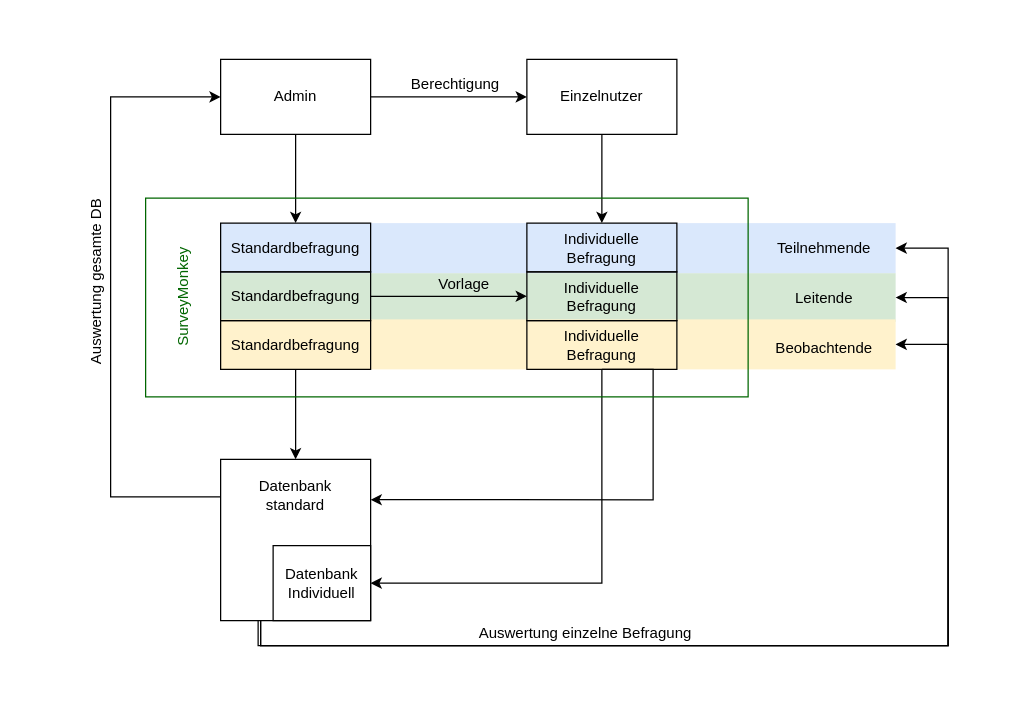
GordonWiegand/zeitwerte keeps this draw.io diagram as Untitled Diagram.drawio. Above is the earlier version. Source tidied: cells renumbered, new cells numbered last; positions are measured from the earlier drawing's top-left corner, leaving out a move shared by most shapes. Both pictures are drawn from the tidied source at 125%, with x=0, y=0 at pixel (11, 21).
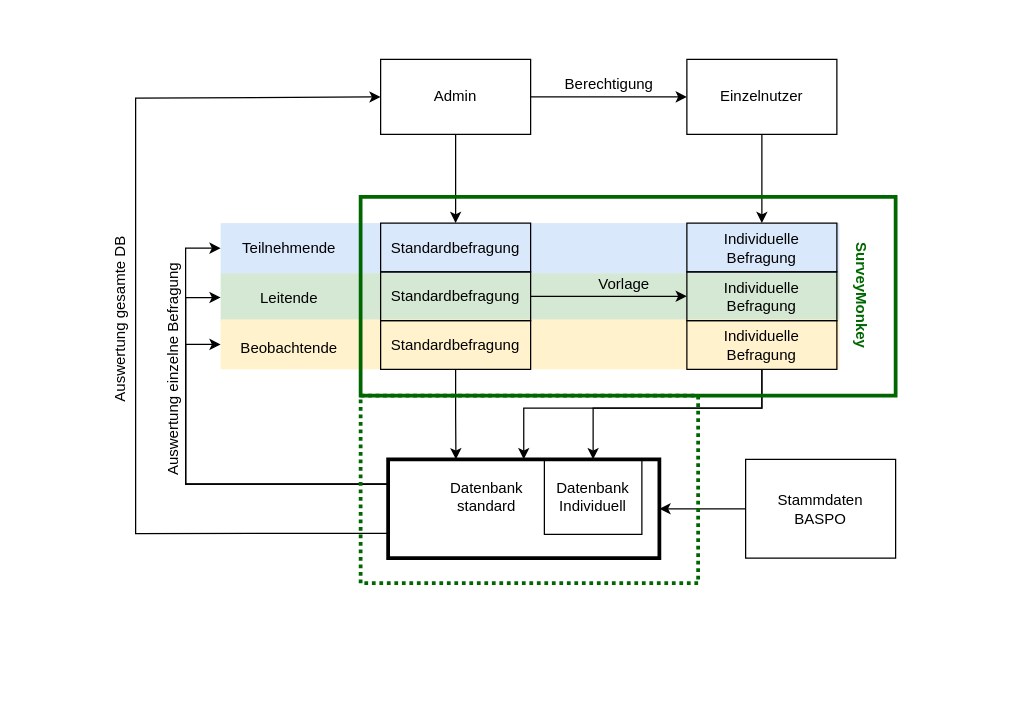
Above is the later version.

Change to the diagram source:
```diff
@@
+    <mxCell id="37" style="rounded=0;whiteSpace=wrap;html=1;strokeColor=none;strokeWidth=3;fillColor=none;fontColor=#000000;" parent="1" vertex="1">
+      <mxGeometry x="47" width="702" height="469" as="geometry" />
+    </mxCell>
@@
     <mxCell id="4" value="Admin" style="rounded=0;whiteSpace=wrap;html=1;" parent="1" vertex="1">
-      <mxGeometry x="167" y="30" width="120" height="60" as="geometry" />
+      <mxGeometry x="295" y="30" width="120" height="60" as="geometry" />
     </mxCell>
@@
     <mxCell id="6" value="Einzelnutzer" style="rounded=0;whiteSpace=wrap;html=1;" parent="1" vertex="1">
-      <mxGeometry x="412" y="30" width="120" height="60" as="geometry" />
+      <mxGeometry x="540" y="30" width="120" height="60" as="geometry" />
     </mxCell>
     <mxCell id="7" style="rounded=0;whiteSpace=wrap;html=1;fillColor=#d5e8d4;strokeColor=none;" parent="1" vertex="1">
-      <mxGeometry x="167" y="201" width="540" height="39" as="geometry" />
+      <mxGeometry x="167" y="201" width="495" height="39" as="geometry" />
     </mxCell>
     <mxCell id="8" style="rounded=0;whiteSpace=wrap;html=1;fillColor=#fff2cc;strokeColor=none;" parent="1" vertex="1">
-      <mxGeometry x="167" y="238" width="540" height="40" as="geometry" />
+      <mxGeometry x="167" y="238" width="495" height="40" as="geometry" />
     </mxCell>
     <mxCell id="9" style="rounded=0;whiteSpace=wrap;html=1;fillColor=#dae8fc;strokeColor=none;" parent="1" vertex="1">
-      <mxGeometry x="167" y="161" width="540" height="40" as="geometry" />
+      <mxGeometry x="167" y="161" width="495" height="40" as="geometry" />
     </mxCell>
     <mxCell id="10" value="Individuelle Befragung&lt;br&gt;" style="rounded=0;whiteSpace=wrap;html=1;fillColor=none;" parent="1" vertex="1">
-      <mxGeometry x="412" y="161" width="120" height="39" as="geometry" />
+      <mxGeometry x="540" y="161" width="120" height="39" as="geometry" />
     </mxCell>
     <mxCell id="11" value="Standardbefragung" style="rounded=0;whiteSpace=wrap;html=1;fillColor=none;" parent="1" vertex="1">
-      <mxGeometry x="167" y="161" width="120" height="39" as="geometry" />
+      <mxGeometry x="295" y="161" width="120" height="39" as="geometry" />
     </mxCell>
     <mxCell id="12" value="Teilnehmende&lt;br&gt;" style="text;html=1;strokeColor=none;fillColor=none;align=center;verticalAlign=middle;whiteSpace=wrap;rounded=0;" parent="1" vertex="1">
-      <mxGeometry x="605" y="171" width="90" height="20" as="geometry" />
+      <mxGeometry x="177" y="171" width="90" height="20" as="geometry" />
     </mxCell>
     <mxCell id="13" value="Leitende&lt;br&gt;" style="text;html=1;strokeColor=none;fillColor=none;align=center;verticalAlign=middle;whiteSpace=wrap;rounded=0;" parent="1" vertex="1">
-      <mxGeometry x="605" y="210.5" width="90" height="20" as="geometry" />
+      <mxGeometry x="177" y="210.5" width="90" height="20" as="geometry" />
     </mxCell>
     <mxCell id="14" value="Beobachtende&lt;br&gt;" style="text;html=1;strokeColor=none;fillColor=none;align=center;verticalAlign=middle;whiteSpace=wrap;rounded=0;" parent="1" vertex="1">
-      <mxGeometry x="605" y="251" width="90" height="20" as="geometry" />
+      <mxGeometry x="177" y="251" width="90" height="20" as="geometry" />
     </mxCell>
@@
     <mxCell id="16" value="Standardbefragung" style="rounded=0;whiteSpace=wrap;html=1;fillColor=none;" parent="1" vertex="1">
-      <mxGeometry x="167" y="200" width="120" height="39" as="geometry" />
+      <mxGeometry x="295" y="200" width="120" height="39" as="geometry" />
     </mxCell>
     <mxCell id="17" value="Individuelle Befragung&lt;br&gt;" style="rounded=0;whiteSpace=wrap;html=1;fillColor=none;" parent="1" vertex="1">
-      <mxGeometry x="412" y="200" width="120" height="39" as="geometry" />
+      <mxGeometry x="540" y="200" width="120" height="39" as="geometry" />
     </mxCell>
-    <mxCell id="18" style="edgeStyle=orthogonalEdgeStyle;rounded=0;jettySize=auto;html=1;" parent="1" edge="1" source="19" target="29">
+    <mxCell id="18" style="edgeStyle=orthogonalEdgeStyle;rounded=0;jettySize=auto;html=1;entryX=0.25;entryY=0;entryDx=0;entryDy=0;" parent="1" edge="1" source="19" target="29">
       <mxGeometry relative="1" as="geometry" />
     </mxCell>
     <mxCell id="19" value="Standardbefragung" style="rounded=0;whiteSpace=wrap;html=1;fillColor=none;" parent="1" vertex="1">
-      <mxGeometry x="167" y="239" width="120" height="39" as="geometry" />
+      <mxGeometry x="295" y="239" width="120" height="39" as="geometry" />
     </mxCell>
-    <mxCell id="20" style="edgeStyle=orthogonalEdgeStyle;rounded=0;jettySize=auto;html=1;entryX=1;entryY=0.25;entryDx=0;entryDy=0;exitX=0.5;exitY=1;exitDx=0;exitDy=0;" parent="1" edge="1" source="22" target="29">
-      <mxGeometry relative="1" as="geometry">
-        <Array as="points">
-          <mxPoint x="513" y="382" />
-        </Array>
-      </mxGeometry>
-    </mxCell>
-    <mxCell id="21" style="edgeStyle=orthogonalEdgeStyle;rounded=0;jettySize=auto;html=1;entryX=1;entryY=0.5;entryDx=0;entryDy=0;exitX=0.5;exitY=1;exitDx=0;exitDy=0;" parent="1" edge="1" source="22" target="31">
-      <mxGeometry relative="1" as="geometry" />
+    <mxCell id="21" style="edgeStyle=orthogonalEdgeStyle;rounded=0;jettySize=auto;html=1;entryX=0.5;entryY=0;entryDx=0;entryDy=0;exitX=0.5;exitY=1;exitDx=0;exitDy=0;" parent="1" edge="1" source="22" target="29">
+      <mxGeometry relative="1" as="geometry">
+        <Array as="points">
+          <mxPoint x="600" y="309" />
+          <mxPoint x="409" y="309" />
+        </Array>
+      </mxGeometry>
     </mxCell>
+    <mxCell id="38" style="edgeStyle=orthogonalEdgeStyle;rounded=0;jettySize=auto;html=1;entryX=0.5;entryY=0;entryDx=0;entryDy=0;fontColor=#000000;exitX=0.5;exitY=1;exitDx=0;exitDy=0;" parent="1" edge="1" source="22" target="31">
+      <mxGeometry relative="1" as="geometry">
+        <Array as="points">
+          <mxPoint x="600" y="309" />
+          <mxPoint x="465" y="309" />
+        </Array>
+      </mxGeometry>
+    </mxCell>
     <mxCell id="22" value="Individuelle Befragung&lt;br&gt;" style="rounded=0;whiteSpace=wrap;html=1;fillColor=none;" parent="1" vertex="1">
-      <mxGeometry x="412" y="239" width="120" height="39" as="geometry" />
+      <mxGeometry x="540" y="239" width="120" height="39" as="geometry" />
     </mxCell>
     <mxCell id="23" value="Berechtigung&lt;br&gt;" style="text;html=1;strokeColor=none;fillColor=none;align=center;verticalAlign=middle;whiteSpace=wrap;rounded=0;" parent="1" vertex="1">
-      <mxGeometry x="315" y="40" width="80" height="20" as="geometry" />
+      <mxGeometry x="438" y="40" width="80" height="20" as="geometry" />
     </mxCell>
     <mxCell id="24" value="Vorlage&lt;br&gt;" style="text;html=1;strokeColor=none;fillColor=none;align=center;verticalAlign=middle;whiteSpace=wrap;rounded=0;" parent="1" vertex="1">
-      <mxGeometry x="322" y="199.5" width="80" height="20" as="geometry" />
+      <mxGeometry x="450" y="199.5" width="80" height="20" as="geometry" />
     </mxCell>
-    <mxCell id="25" value="SurveyMonkey&lt;br&gt;" style="text;html=1;strokeColor=none;fillColor=none;align=center;verticalAlign=middle;whiteSpace=wrap;rounded=0;rotation=-90;fontColor=#006600;" parent="1" vertex="1">
-      <mxGeometry x="76.5" y="210.5" width="120" height="20" as="geometry" />
-    </mxCell>
+    <mxCell id="30" style="edgeStyle=orthogonalEdgeStyle;rounded=0;jettySize=auto;html=1;entryX=0;entryY=0.5;entryDx=0;entryDy=0;fontColor=#000000;exitX=0;exitY=0.25;exitDx=0;exitDy=0;" parent="1" edge="1" source="29" target="9">
+      <mxGeometry relative="1" as="geometry">
+        <Array as="points">
+          <mxPoint x="139" y="369" />
+          <mxPoint x="139" y="181" />
+        </Array>
+      </mxGeometry>
+    </mxCell>
+    <mxCell id="39" style="edgeStyle=orthogonalEdgeStyle;rounded=0;jettySize=auto;html=1;entryX=0;entryY=0.5;entryDx=0;entryDy=0;fontColor=#000000;exitX=0;exitY=0.25;exitDx=0;exitDy=0;" parent="1" edge="1" source="29" target="7">
+      <mxGeometry relative="1" as="geometry">
+        <Array as="points">
+          <mxPoint x="139" y="369" />
+          <mxPoint x="139" y="221" />
+        </Array>
+      </mxGeometry>
+    </mxCell>
+    <mxCell id="40" style="edgeStyle=orthogonalEdgeStyle;rounded=0;jettySize=auto;html=1;entryX=0;entryY=0.5;entryDx=0;entryDy=0;fontColor=#000000;exitX=0;exitY=0.25;exitDx=0;exitDy=0;" parent="1" edge="1" source="29" target="8">
+      <mxGeometry relative="1" as="geometry">
+        <Array as="points">
+          <mxPoint x="139" y="369" />
+          <mxPoint x="139" y="258" />
+        </Array>
+      </mxGeometry>
+    </mxCell>
-    <mxCell id="26" style="edgeStyle=orthogonalEdgeStyle;rounded=0;jettySize=auto;html=1;entryX=0;entryY=0.5;entryDx=0;entryDy=0;" parent="1" edge="1" source="29" target="4">
+    <mxCell id="26" style="edgeStyle=orthogonalEdgeStyle;rounded=0;jettySize=auto;html=1;entryX=0;entryY=0.5;entryDx=0;entryDy=0;fontColor=#000000;exitX=0;exitY=0.75;exitDx=0;exitDy=0;" parent="1" edge="1" source="29" target="4">
       <mxGeometry relative="1" as="geometry">
         <Array as="points">
-          <mxPoint x="79" y="380" />
-          <mxPoint x="79" y="60" />
+          <mxPoint x="99" y="409" />
+          <mxPoint x="99" y="61" />
         </Array>
       </mxGeometry>
     </mxCell>
-    <mxCell id="27" style="edgeStyle=orthogonalEdgeStyle;rounded=0;jettySize=auto;html=1;entryX=1;entryY=0.5;entryDx=0;entryDy=0;fontColor=#000000;" parent="1" edge="1" target="7">
-      <mxGeometry relative="1" as="geometry">
-        <mxPoint x="199" y="479" as="sourcePoint" />
-        <Array as="points">
-          <mxPoint x="199" y="499" />
-          <mxPoint x="749" y="499" />
-          <mxPoint x="749" y="220" />
-        </Array>
-      </mxGeometry>
-    </mxCell>
-    <mxCell id="28" style="edgeStyle=orthogonalEdgeStyle;rounded=0;jettySize=auto;html=1;fontColor=#000000;entryX=1;entryY=0.5;entryDx=0;entryDy=0;" parent="1" edge="1" target="8">
-      <mxGeometry relative="1" as="geometry">
-        <mxPoint x="199" y="479" as="sourcePoint" />
-        <Array as="points">
-          <mxPoint x="199" y="499" />
-          <mxPoint x="749" y="499" />
-          <mxPoint x="749" y="258" />
-        </Array>
-      </mxGeometry>
-    </mxCell>
-    <mxCell id="29" value="&lt;div&gt;&lt;/div&gt;" style="rounded=0;whiteSpace=wrap;html=1;fillColor=none;" parent="1" vertex="1">
-      <mxGeometry x="167" y="350" width="120" height="129" as="geometry" />
+    <mxCell id="29" value="&lt;div&gt;&lt;/div&gt;" style="rounded=0;whiteSpace=wrap;html=1;fillColor=none;strokeWidth=3;" parent="1" vertex="1">
+      <mxGeometry x="301" y="350" width="217" height="79" as="geometry" />
     </mxCell>
-    <mxCell id="30" style="edgeStyle=orthogonalEdgeStyle;rounded=0;jettySize=auto;html=1;entryX=1;entryY=0.5;entryDx=0;entryDy=0;exitX=0.25;exitY=1;exitDx=0;exitDy=0;" parent="1" edge="1" source="29" target="9">
-      <mxGeometry relative="1" as="geometry">
-        <Array as="points">
-          <mxPoint x="197" y="499" />
-          <mxPoint x="749" y="499" />
-          <mxPoint x="749" y="181" />
-        </Array>
-      </mxGeometry>
-    </mxCell>
     <mxCell id="31" value="&lt;div&gt;Datenbank&lt;/div&gt;&lt;div&gt;Individuell&lt;/div&gt;" style="rounded=0;whiteSpace=wrap;html=1;fillColor=none;" parent="1" vertex="1">
-      <mxGeometry x="209" y="419" width="78" height="60" as="geometry" />
+      <mxGeometry x="426" y="350" width="78" height="60" as="geometry" />
     </mxCell>
     <mxCell id="32" value="Auswertung gesamte DB&lt;br&gt;" style="text;html=1;strokeColor=none;fillColor=none;align=center;verticalAlign=middle;whiteSpace=wrap;rounded=0;rotation=-90;" parent="1" vertex="1">
-      <mxGeometry y="198" width="136" height="20" as="geometry" />
+      <mxGeometry x="19" y="228" width="136" height="20" as="geometry" />
     </mxCell>
-    <mxCell id="33" value="Auswertung einzelne Befragung&lt;br&gt;" style="text;html=1;strokeColor=none;fillColor=none;align=center;verticalAlign=middle;whiteSpace=wrap;rounded=0;rotation=0;" parent="1" vertex="1">
-      <mxGeometry x="366" y="479" width="186" height="20" as="geometry" />
+    <mxCell id="33" value="Auswertung einzelne Befragung&lt;br&gt;" style="text;html=1;strokeColor=none;fillColor=none;align=center;verticalAlign=middle;whiteSpace=wrap;rounded=0;rotation=-90;" parent="1" vertex="1">
+      <mxGeometry x="36" y="268" width="186" height="20" as="geometry" />
     </mxCell>
     <mxCell id="34" value="Datenbank standard&lt;br&gt;" style="text;html=1;strokeColor=none;fillColor=none;align=center;verticalAlign=middle;whiteSpace=wrap;rounded=0;fontColor=#000000;" parent="1" vertex="1">
-      <mxGeometry x="207" y="369" width="40" height="20" as="geometry" />
+      <mxGeometry x="360" y="370" width="40" height="20" as="geometry" />
     </mxCell>
+    <mxCell id="25" value="SurveyMonkey&lt;br&gt;" style="text;html=1;strokeColor=none;fillColor=none;align=center;verticalAlign=middle;whiteSpace=wrap;rounded=0;rotation=90;fontColor=#006600;fontStyle=1;" parent="1" vertex="1">
+      <mxGeometry x="620" y="209" width="120" height="20" as="geometry" />
+    </mxCell>
+    <mxCell id="41" style="edgeStyle=orthogonalEdgeStyle;rounded=0;jettySize=auto;html=1;entryX=1;entryY=0.5;entryDx=0;entryDy=0;fontColor=#000000;" parent="1" edge="1" source="42" target="29">
+      <mxGeometry relative="1" as="geometry" />
+    </mxCell>
+    <mxCell id="42" value="&lt;div&gt;Stammdaten &lt;/div&gt;&lt;div&gt;BASPO&lt;/div&gt;" style="rounded=0;whiteSpace=wrap;html=1;" parent="1" vertex="1">
+      <mxGeometry x="587" y="350" width="120" height="79" as="geometry" />
+    </mxCell>
-    <mxCell id="35" style="rounded=0;whiteSpace=wrap;html=1;fillColor=none;strokeColor=#006600;" parent="1" vertex="1">
-      <mxGeometry x="107" y="141" width="482" height="159" as="geometry" />
+    <mxCell id="35" style="rounded=0;whiteSpace=wrap;html=1;fillColor=none;strokeColor=#006600;strokeWidth=3;" parent="1" vertex="1">
+      <mxGeometry x="279" y="140" width="428" height="159" as="geometry" />
     </mxCell>
-    <mxCell id="36" style="rounded=0;whiteSpace=wrap;html=1;strokeColor=none;fillColor=none;fontColor=#000000;" parent="1" vertex="1">
-      <mxGeometry x="8" width="781" height="529" as="geometry" />
-    </mxCell>
+    <mxCell id="43" style="rounded=0;whiteSpace=wrap;html=1;strokeColor=#006600;strokeWidth=3;fillColor=none;fontColor=#000000;dashed=1;dashPattern=1 1;" parent="1" vertex="1">
+      <mxGeometry x="279" y="299" width="270" height="150" as="geometry" />
+    </mxCell>
```
